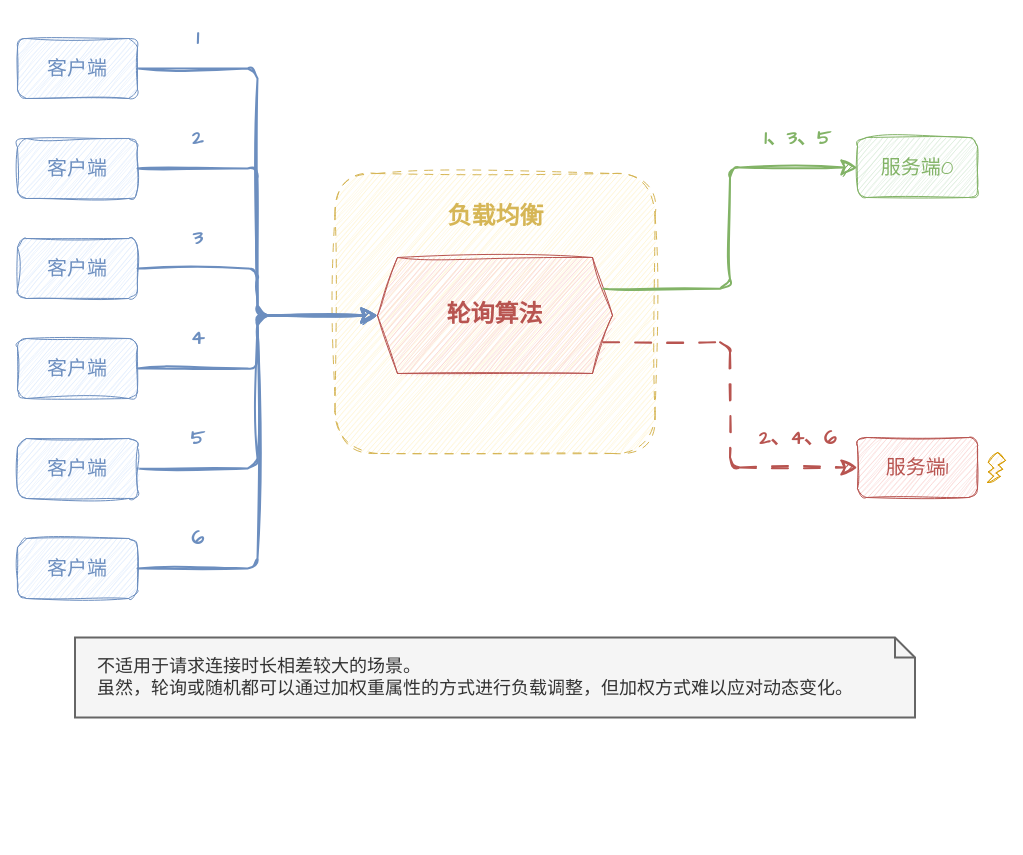
Before: page "轮询/随机问题1" (3 of 14) of assets/分布式/负载均衡算法.drawio in dunwu/waterdrop, a draw.io diagram. Source tidied: cells renumbered, new cells numbered last; positions are measured from the earlier drawing's top-left corner, leaving out a move shared by most shapes. Both pictures are drawn from the tidied source at 100%, with x=0, y=0 at pixel (17, 17).
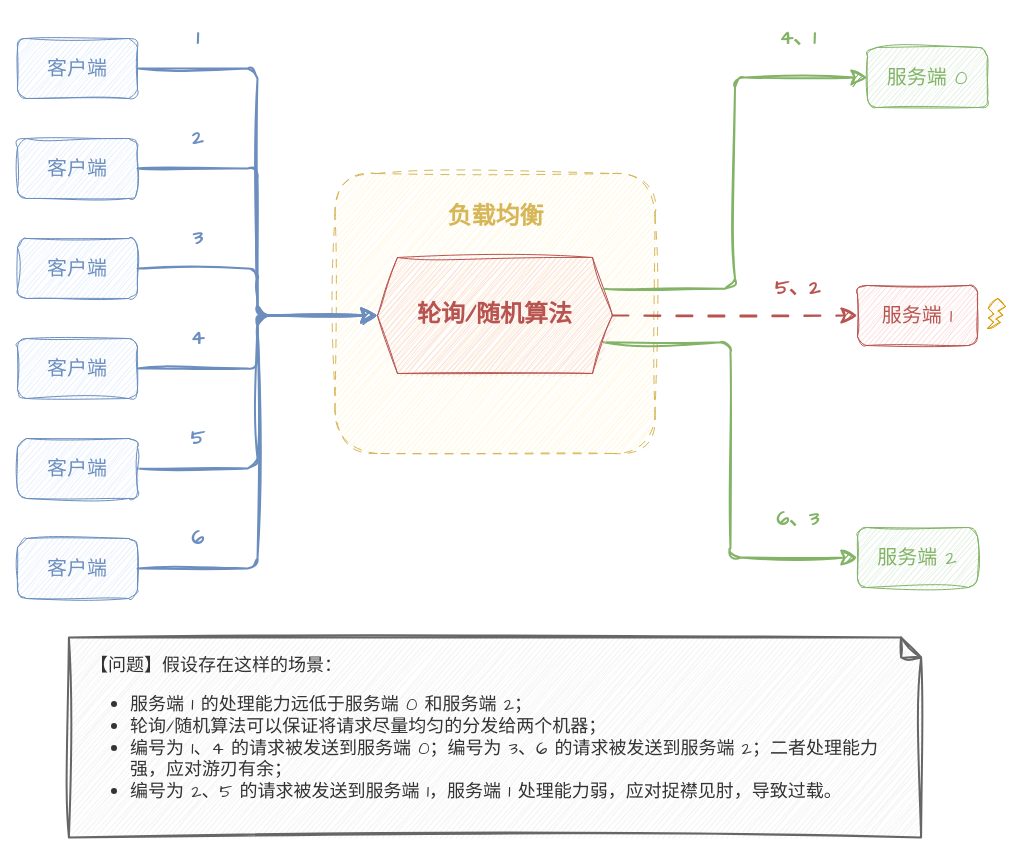
After the change.

Change to the diagram source:
```diff
@@
+    <mxCell id="31" style="edgeStyle=orthogonalEdgeStyle;rounded=1;sketch=1;hachureGap=4;jiggle=2;curveFitting=1;jettySize=auto;html=1;exitX=1;exitY=0.75;exitDx=0;exitDy=0;entryX=0;entryY=0.5;entryDx=0;entryDy=0;fontFamily=Architects Daughter;fontSize=16;fillColor=#d5e8d4;strokeColor=#82b366;strokeWidth=2;endSize=12;startSize=12;" parent="1" edge="1" source="15" target="33">
+      <mxGeometry relative="1" as="geometry">
+        <Array as="points">
+          <mxPoint x="713" y="325" />
+          <mxPoint x="713" y="540" />
+        </Array>
+      </mxGeometry>
+    </mxCell>
-    <mxCell id="15" value="轮询算法" style="shape=hexagon;perimeter=hexagonPerimeter2;whiteSpace=wrap;html=1;fixedSize=1;sketch=1;hachureGap=4;jiggle=2;curveFitting=1;fontFamily=Comic Sans MS;fontSize=24;fillColor=#f8cecc;strokeColor=#b85450;rounded=0;fontStyle=1;fontColor=#B85450;" parent="1" vertex="1">
+    <mxCell id="15" value="轮询/随机算法" style="shape=hexagon;perimeter=hexagonPerimeter2;whiteSpace=wrap;html=1;fixedSize=1;sketch=1;hachureGap=4;jiggle=2;curveFitting=1;fontFamily=Comic Sans MS;fontSize=24;fillColor=#f8cecc;strokeColor=#b85450;rounded=0;fontStyle=1;fontColor=#B85450;" parent="1" vertex="1">
       <mxGeometry x="360" y="240" width="235" height="116" as="geometry" />
     </mxCell>
-    <mxCell id="16" value="服务端1" style="rounded=1;whiteSpace=wrap;html=1;sketch=1;hachureGap=4;jiggle=2;curveFitting=1;fontFamily=Comic Sans MS;fontSize=20;fillColor=#f8cecc;strokeColor=#b85450;fontColor=#B85450;" parent="1" vertex="1">
-      <mxGeometry x="840" y="420" width="120" height="60" as="geometry" />
+    <mxCell id="16" value="服务端 1" style="rounded=1;whiteSpace=wrap;html=1;sketch=1;hachureGap=4;jiggle=2;curveFitting=1;fontFamily=Comic Sans MS;fontSize=20;fillColor=#f8cecc;strokeColor=#b85450;fontColor=#B85450;" parent="1" vertex="1">
+      <mxGeometry x="840" y="268" width="120" height="60" as="geometry" />
     </mxCell>
-    <mxCell id="17" style="edgeStyle=orthogonalEdgeStyle;rounded=1;sketch=1;hachureGap=4;jiggle=2;curveFitting=1;jettySize=auto;html=1;exitX=1;exitY=0.75;exitDx=0;exitDy=0;entryX=0;entryY=0.5;entryDx=0;entryDy=0;fontFamily=Comic Sans MS;fontSize=16;fillColor=#f8cecc;strokeColor=#b85450;strokeWidth=2;targetPerimeterSpacing=0;endSize=12;startSize=12;dashed=1;dashPattern=8 8;" parent="1" edge="1" source="15" target="16">
+    <mxCell id="17" style="rounded=1;sketch=1;hachureGap=4;jiggle=2;curveFitting=1;jettySize=auto;html=1;exitX=1;exitY=0.5;exitDx=0;exitDy=0;entryX=0;entryY=0.5;entryDx=0;entryDy=0;fontFamily=Comic Sans MS;fontSize=16;fillColor=#f8cecc;strokeColor=#b85450;strokeWidth=2;targetPerimeterSpacing=0;endSize=12;startSize=12;dashed=1;dashPattern=8 8;" parent="1" edge="1" source="15" target="16">
       <mxGeometry relative="1" as="geometry" />
     </mxCell>
-    <mxCell id="18" value="服务端0" style="rounded=1;whiteSpace=wrap;html=1;sketch=1;hachureGap=4;jiggle=2;curveFitting=1;fontFamily=Comic Sans MS;fontSize=20;fillColor=#d5e8d4;strokeColor=#82b366;fontColor=#82B366;" parent="1" vertex="1">
-      <mxGeometry x="840" y="120" width="120" height="60" as="geometry" />
+    <mxCell id="18" value="服务端 0" style="rounded=1;whiteSpace=wrap;html=1;sketch=1;hachureGap=4;jiggle=2;curveFitting=1;fontFamily=Comic Sans MS;fontSize=20;fillColor=#d5e8d4;strokeColor=#82b366;fontColor=#82B366;" parent="1" vertex="1">
+      <mxGeometry x="850" y="30" width="120" height="60" as="geometry" />
     </mxCell>
@@
-    <mxCell id="26" value="1、3、5" style="text;html=1;align=center;verticalAlign=middle;strokeColor=none;fillColor=none;fontSize=20;fontFamily=Comic Sans MS;fontStyle=1;fontColor=#82B366;" parent="1" vertex="1">
-      <mxGeometry x="730" y="100" width="100" height="40" as="geometry" />
-    </mxCell>
-    <mxCell id="27" value="2、4、6" style="text;html=1;align=center;verticalAlign=middle;strokeColor=none;fillColor=none;fontSize=20;fontFamily=Comic Sans MS;fontStyle=1;fontColor=#B85450;" parent="1" vertex="1">
-      <mxGeometry x="730" y="400" width="100" height="40" as="geometry" />
+    <mxCell id="27" value="5、2" style="text;html=1;align=center;verticalAlign=middle;strokeColor=none;fillColor=none;fontSize=20;fontFamily=Comic Sans MS;fontStyle=1;fontColor=#B85450;" parent="1" vertex="1">
+      <mxGeometry x="745" y="250" width="70" height="40" as="geometry" />
     </mxCell>
     <mxCell id="28" style="verticalLabelPosition=bottom;verticalAlign=top;html=1;shape=mxgraph.basic.flash;sketch=1;hachureGap=4;jiggle=2;curveFitting=1;fontFamily=Comic Sans MS;fontSize=20;fillColor=#ffe6cc;strokeColor=#d79b00;" parent="1" vertex="1">
-      <mxGeometry x="970" y="435" width="18" height="30" as="geometry" />
+      <mxGeometry x="970" y="281" width="18" height="30" as="geometry" />
     </mxCell>
-    <mxCell id="29" value="不适用于请求连接时长相差较大的场景。&lt;br style=&quot;font-size: 18px;&quot;&gt;虽然，轮询或随机都可以通过加权重属性的方式进行负载调整，但加权方式难以应对动态变化。" style="shape=note;strokeWidth=2;fontSize=18;size=20;whiteSpace=wrap;html=1;fillColor=#f5f5f5;strokeColor=#666666;fontColor=#333333;hachureGap=4;fontFamily=Comic Sans MS;align=left;spacing=2;spacingLeft=20;spacingRight=20;shadow=0;" parent="1" vertex="1">
-      <mxGeometry x="57.5" y="620" width="840" height="80" as="geometry" />
-    </mxCell>
@@
+    <mxCell id="32" value="&lt;div style=&quot;&quot;&gt;&lt;div style=&quot;&quot;&gt;&lt;div&gt;【问题】假设存在这样的场景：&lt;/div&gt;&lt;div&gt;&lt;ul&gt;&lt;li&gt;&lt;span style=&quot;background-color: initial;&quot;&gt;服务端 1 的处理能力远低于服务端 0 和服务端 2；&lt;/span&gt;&lt;/li&gt;&lt;li&gt;轮询/随机算法可以保证将请求尽量均匀的分发给两个机器；&lt;/li&gt;&lt;li&gt;编号为 1、4 的请求被发送到服务端 0；编号为 3、6 的请求被发送到服务端 2；二者处理能力强，应对游刃有余；&lt;/li&gt;&lt;li&gt;编号为 2、5 的请求被发送到服务端 1，服务端 1 处理能力弱，应对捉襟见肘，导致过载。&lt;/li&gt;&lt;/ul&gt;&lt;/div&gt;&lt;/div&gt;&lt;/div&gt;" style="shape=note;strokeWidth=2;fontSize=18;size=20;whiteSpace=wrap;html=1;fillColor=#f5f5f5;strokeColor=#666666;hachureGap=4;fontFamily=Comic Sans MS;align=left;spacing=2;spacingLeft=20;spacingRight=20;shadow=0;sketch=1;curveFitting=1;jiggle=2;fontColor=#333333;" parent="1" vertex="1">
+      <mxGeometry x="51.4" y="620" width="852.2" height="200" as="geometry" />
+    </mxCell>
+    <mxCell id="33" value="服务端 2" style="rounded=1;whiteSpace=wrap;html=1;sketch=1;hachureGap=4;jiggle=2;curveFitting=1;fontFamily=Comic Sans MS;fontSize=20;fillColor=#d5e8d4;strokeColor=#82b366;fontColor=#82B366;" parent="1" vertex="1">
+      <mxGeometry x="840" y="510" width="120" height="60" as="geometry" />
+    </mxCell>
+    <mxCell id="34" value="4、1" style="text;html=1;align=center;verticalAlign=middle;strokeColor=none;fillColor=none;fontSize=20;fontFamily=Comic Sans MS;fontStyle=1;fontColor=#82B366;" parent="1" vertex="1">
+      <mxGeometry x="745" width="70" height="40" as="geometry" />
+    </mxCell>
+    <mxCell id="35" value="6、3" style="text;html=1;align=center;verticalAlign=middle;strokeColor=none;fillColor=none;fontSize=20;fontFamily=Comic Sans MS;fontStyle=1;fontColor=#82B366;" parent="1" vertex="1">
+      <mxGeometry x="745" y="481" width="70" height="40" as="geometry" />
+    </mxCell>
```
